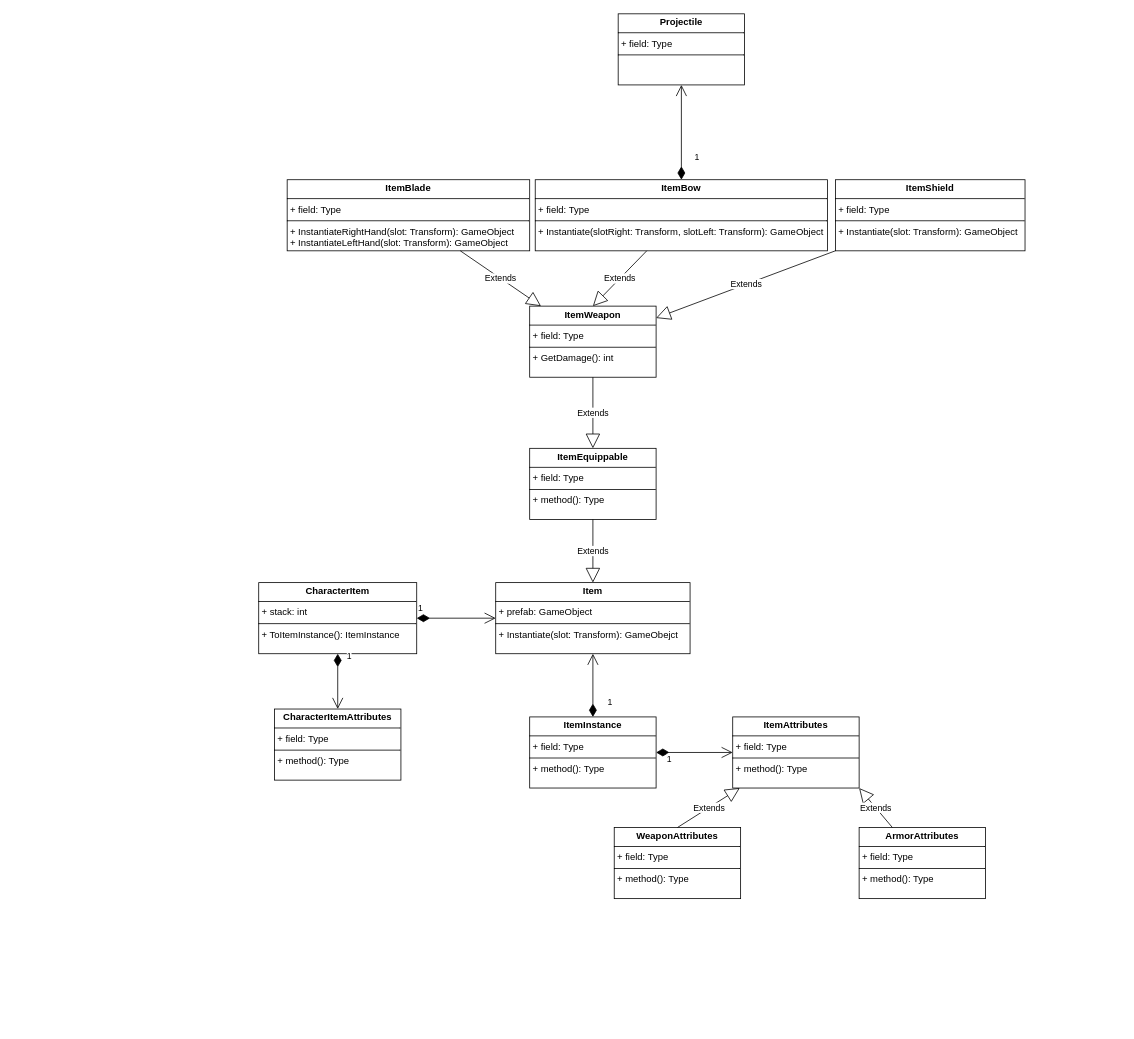
Earlier version of the draw.io diagram rpg.drawio (GameCater/DrawIO). Source tidied: cells renumbered, new cells numbered last; positions are measured from the earlier drawing's top-left corner, leaving out a move shared by most shapes. Both pictures are drawn from the tidied source at 79%, with x=0, y=0 at pixel (258, 13).
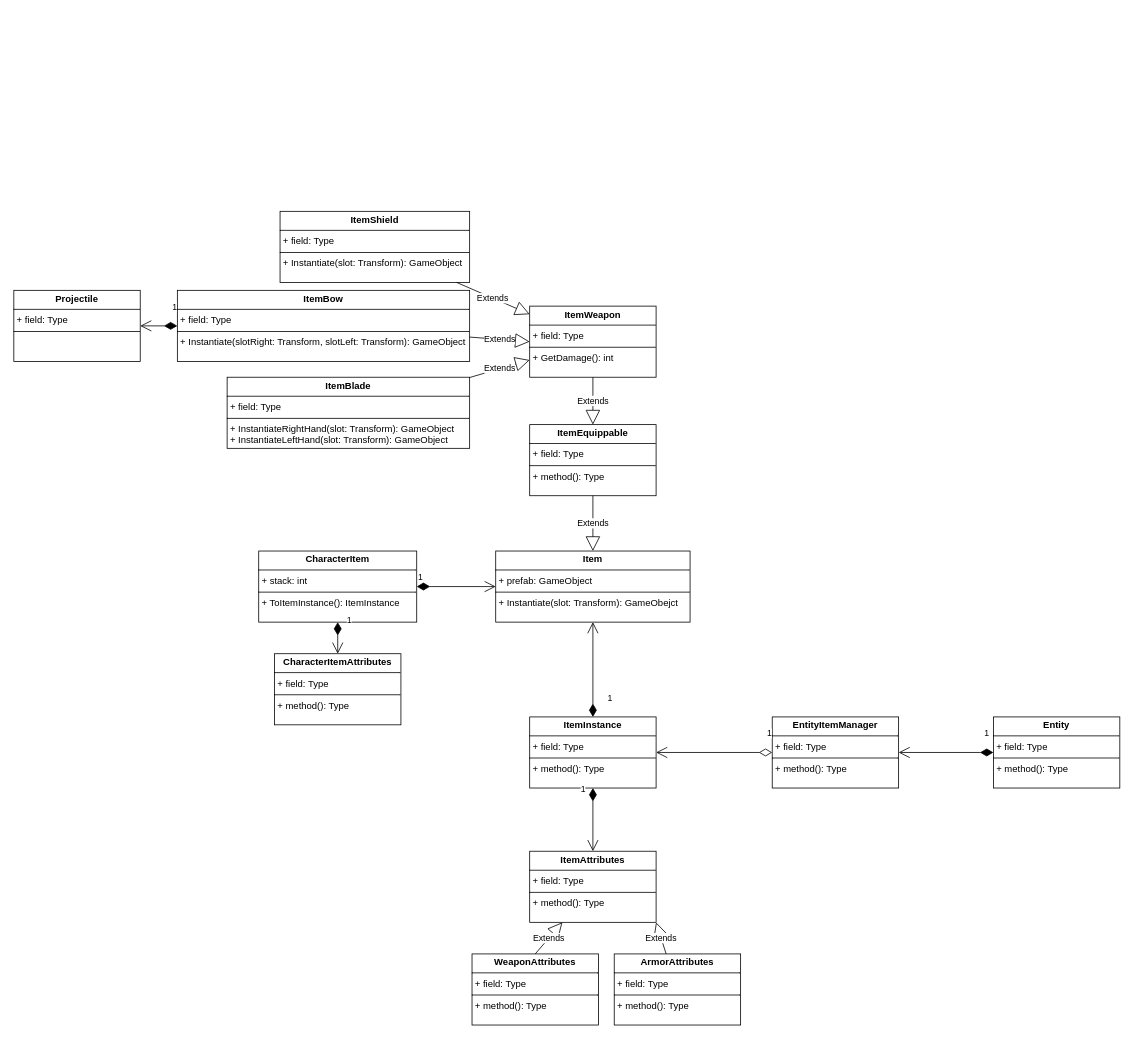
After the change.

The change refers to these unchanged cells:
```xml
<mxCell id="9" value="&lt;p style=&quot;margin:0px;margin-top:4px;text-align:center;&quot;&gt;&lt;b&gt;ItemInstance&lt;/b&gt;&lt;/p&gt;&lt;hr size=&quot;1&quot; style=&quot;border-style:solid;&quot;&gt;&lt;p style=&quot;margin:0px;margin-left:4px;&quot;&gt;+ field: Type&lt;/p&gt;&lt;hr size=&quot;1&quot; style=&quot;border-style:solid;&quot;&gt;&lt;p style=&quot;margin:0px;margin-left:4px;&quot;&gt;+ method(): Type&lt;/p&gt;" style="verticalAlign=top;align=left;overflow=fill;html=1;whiteSpace=wrap;" parent="1" vertex="1">
  <mxGeometry x="343" y="890" width="160" height="90" as="geometry" />
</mxCell>
<mxCell id="17" value="&lt;p style=&quot;margin:0px;margin-top:4px;text-align:center;&quot;&gt;&lt;b&gt;ItemWeapon&lt;/b&gt;&lt;/p&gt;&lt;hr size=&quot;1&quot; style=&quot;border-style:solid;&quot;&gt;&lt;p style=&quot;margin:0px;margin-left:4px;&quot;&gt;+ field: Type&lt;/p&gt;&lt;hr size=&quot;1&quot; style=&quot;border-style:solid;&quot;&gt;&lt;p style=&quot;margin:0px;margin-left:4px;&quot;&gt;+ GetDamage(): int&lt;/p&gt;" style="verticalAlign=top;align=left;overflow=fill;html=1;whiteSpace=wrap;" parent="1" vertex="1">
  <mxGeometry x="343" y="370" width="160" height="90" as="geometry" />
</mxCell>
```

Change to the diagram source:
```diff
@@
     <mxCell id="2" value="&lt;p style=&quot;margin:0px;margin-top:4px;text-align:center;&quot;&gt;&lt;b&gt;Item&lt;/b&gt;&lt;/p&gt;&lt;hr size=&quot;1&quot; style=&quot;border-style:solid;&quot;&gt;&lt;p style=&quot;margin:0px;margin-left:4px;&quot;&gt;+ prefab: GameObject&lt;/p&gt;&lt;hr size=&quot;1&quot; style=&quot;border-style:solid;&quot;&gt;&lt;p style=&quot;margin:0px;margin-left:4px;&quot;&gt;+ Instantiate(slot: Transform): GameObejct&lt;/p&gt;" style="verticalAlign=top;align=left;overflow=fill;html=1;whiteSpace=wrap;" parent="1" vertex="1">
-      <mxGeometry x="300" y="720" width="246" height="90" as="geometry" />
+      <mxGeometry x="300" y="680" width="246" height="90" as="geometry" />
     </mxCell>
     <mxCell id="3" value="&lt;p style=&quot;margin:0px;margin-top:4px;text-align:center;&quot;&gt;&lt;b&gt;CharacterItem&lt;/b&gt;&lt;/p&gt;&lt;hr size=&quot;1&quot; style=&quot;border-style:solid;&quot;&gt;&lt;p style=&quot;margin:0px;margin-left:4px;&quot;&gt;+ stack: int&lt;/p&gt;&lt;hr size=&quot;1&quot; style=&quot;border-style:solid;&quot;&gt;&lt;p style=&quot;margin:0px;margin-left:4px;&quot;&gt;+ ToItemInstance(): ItemInstance&lt;/p&gt;" style="verticalAlign=top;align=left;overflow=fill;html=1;whiteSpace=wrap;" parent="1" vertex="1">
-      <mxGeometry y="720" width="200" height="90" as="geometry" />
+      <mxGeometry y="680" width="200" height="90" as="geometry" />
     </mxCell>
@@
     <mxCell id="5" value="&lt;p style=&quot;margin:0px;margin-top:4px;text-align:center;&quot;&gt;&lt;b&gt;CharacterItemAttributes&lt;/b&gt;&lt;/p&gt;&lt;hr size=&quot;1&quot; style=&quot;border-style:solid;&quot;&gt;&lt;p style=&quot;margin:0px;margin-left:4px;&quot;&gt;+ field: Type&lt;/p&gt;&lt;hr size=&quot;1&quot; style=&quot;border-style:solid;&quot;&gt;&lt;p style=&quot;margin:0px;margin-left:4px;&quot;&gt;+ method(): Type&lt;/p&gt;" style="verticalAlign=top;align=left;overflow=fill;html=1;whiteSpace=wrap;" parent="1" vertex="1">
-      <mxGeometry x="20" y="880" width="160" height="90" as="geometry" />
+      <mxGeometry x="20" y="810" width="160" height="90" as="geometry" />
     </mxCell>
@@
     <mxCell id="7" value="&lt;p style=&quot;margin:0px;margin-top:4px;text-align:center;&quot;&gt;&lt;b&gt;ItemEquippable&lt;/b&gt;&lt;/p&gt;&lt;hr size=&quot;1&quot; style=&quot;border-style:solid;&quot;&gt;&lt;p style=&quot;margin:0px;margin-left:4px;&quot;&gt;+ field: Type&lt;/p&gt;&lt;hr size=&quot;1&quot; style=&quot;border-style:solid;&quot;&gt;&lt;p style=&quot;margin:0px;margin-left:4px;&quot;&gt;+ method(): Type&lt;/p&gt;" style="verticalAlign=top;align=left;overflow=fill;html=1;whiteSpace=wrap;" parent="1" vertex="1">
-      <mxGeometry x="343" y="550" width="160" height="90" as="geometry" />
+      <mxGeometry x="343" y="520" width="160" height="90" as="geometry" />
     </mxCell>
@@
     <mxCell id="11" value="&lt;p style=&quot;margin:0px;margin-top:4px;text-align:center;&quot;&gt;&lt;b&gt;ItemAttributes&lt;/b&gt;&lt;/p&gt;&lt;hr size=&quot;1&quot; style=&quot;border-style:solid;&quot;&gt;&lt;p style=&quot;margin:0px;margin-left:4px;&quot;&gt;+ field: Type&lt;/p&gt;&lt;hr size=&quot;1&quot; style=&quot;border-style:solid;&quot;&gt;&lt;p style=&quot;margin:0px;margin-left:4px;&quot;&gt;+ method(): Type&lt;/p&gt;" style="verticalAlign=top;align=left;overflow=fill;html=1;whiteSpace=wrap;" parent="1" vertex="1">
-      <mxGeometry x="600" y="890" width="160" height="90" as="geometry" />
+      <mxGeometry x="343" y="1060" width="160" height="90" as="geometry" />
     </mxCell>
-    <mxCell id="12" value="1" style="endArrow=open;html=1;endSize=12;startArrow=diamondThin;startSize=14;startFill=1;edgeStyle=orthogonalEdgeStyle;align=left;verticalAlign=bottom;rounded=0;exitX=1;exitY=0.5;exitDx=0;exitDy=0;" parent="1" edge="1" source="9" target="11">
+    <mxCell id="12" value="1" style="endArrow=open;html=1;endSize=12;startArrow=diamondThin;startSize=14;startFill=1;edgeStyle=orthogonalEdgeStyle;align=left;verticalAlign=bottom;rounded=0;exitX=0.5;exitY=1;exitDx=0;exitDy=0;" parent="1" edge="1" source="9" target="11">
       <mxGeometry x="-0.75" y="-17" relative="1" as="geometry" />
     </mxCell>
     <mxCell id="13" value="&lt;p style=&quot;margin:0px;margin-top:4px;text-align:center;&quot;&gt;&lt;b&gt;WeaponAttributes&lt;/b&gt;&lt;/p&gt;&lt;hr size=&quot;1&quot; style=&quot;border-style:solid;&quot;&gt;&lt;p style=&quot;margin:0px;margin-left:4px;&quot;&gt;+ field: Type&lt;/p&gt;&lt;hr size=&quot;1&quot; style=&quot;border-style:solid;&quot;&gt;&lt;p style=&quot;margin:0px;margin-left:4px;&quot;&gt;+ method(): Type&lt;/p&gt;" style="verticalAlign=top;align=left;overflow=fill;html=1;whiteSpace=wrap;" parent="1" vertex="1">
-      <mxGeometry x="450" y="1030" width="160" height="90" as="geometry" />
+      <mxGeometry x="270" y="1190" width="160" height="90" as="geometry" />
     </mxCell>
     <mxCell id="14" value="&lt;p style=&quot;margin:0px;margin-top:4px;text-align:center;&quot;&gt;&lt;b&gt;ArmorAttributes&lt;/b&gt;&lt;/p&gt;&lt;hr size=&quot;1&quot; style=&quot;border-style:solid;&quot;&gt;&lt;p style=&quot;margin:0px;margin-left:4px;&quot;&gt;+ field: Type&lt;/p&gt;&lt;hr size=&quot;1&quot; style=&quot;border-style:solid;&quot;&gt;&lt;p style=&quot;margin:0px;margin-left:4px;&quot;&gt;+ method(): Type&lt;/p&gt;" style="verticalAlign=top;align=left;overflow=fill;html=1;whiteSpace=wrap;" parent="1" vertex="1">
-      <mxGeometry x="760" y="1030" width="160" height="90" as="geometry" />
+      <mxGeometry x="450" y="1190" width="160" height="90" as="geometry" />
     </mxCell>
@@
     <mxCell id="19" value="&lt;p style=&quot;margin:0px;margin-top:4px;text-align:center;&quot;&gt;&lt;b&gt;ItemBlade&lt;/b&gt;&lt;/p&gt;&lt;hr size=&quot;1&quot; style=&quot;border-style:solid;&quot;&gt;&lt;p style=&quot;margin:0px;margin-left:4px;&quot;&gt;+ field: Type&lt;/p&gt;&lt;hr size=&quot;1&quot; style=&quot;border-style:solid;&quot;&gt;&lt;p style=&quot;margin:0px;margin-left:4px;&quot;&gt;+ InstantiateRightHand(slot: Transform): GameObject&lt;/p&gt;&lt;p style=&quot;margin:0px;margin-left:4px;&quot;&gt;+ InstantiateLeftHand(slot: Transform): GameObject&lt;br&gt;&lt;/p&gt;" style="verticalAlign=top;align=left;overflow=fill;html=1;whiteSpace=wrap;" parent="1" vertex="1">
-      <mxGeometry x="36" y="210" width="307" height="90" as="geometry" />
+      <mxGeometry x="-40" y="460" width="307" height="90" as="geometry" />
     </mxCell>
@@
     <mxCell id="21" value="&lt;p style=&quot;margin:0px;margin-top:4px;text-align:center;&quot;&gt;&lt;b&gt;ItemBow&lt;/b&gt;&lt;/p&gt;&lt;hr size=&quot;1&quot; style=&quot;border-style:solid;&quot;&gt;&lt;p style=&quot;margin:0px;margin-left:4px;&quot;&gt;+ field: Type&lt;/p&gt;&lt;hr size=&quot;1&quot; style=&quot;border-style:solid;&quot;&gt;&lt;p style=&quot;margin:0px;margin-left:4px;&quot;&gt;+ Instantiate(slotRight: Transform, slotLeft: Transform): GameObject&lt;/p&gt;" style="verticalAlign=top;align=left;overflow=fill;html=1;whiteSpace=wrap;" parent="1" vertex="1">
-      <mxGeometry x="350" y="210" width="370" height="90" as="geometry" />
+      <mxGeometry x="-103" y="350" width="370" height="90" as="geometry" />
     </mxCell>
-    <mxCell id="22" value="Extends" style="endArrow=block;endSize=16;endFill=0;html=1;rounded=0;entryX=0.5;entryY=0;entryDx=0;entryDy=0;" parent="1" edge="1" source="21" target="17">
+    <mxCell id="22" value="Extends" style="endArrow=block;endSize=16;endFill=0;html=1;rounded=0;entryX=0;entryY=0.5;entryDx=0;entryDy=0;" parent="1" edge="1" source="21" target="17">
       <mxGeometry relative="1" as="geometry" />
     </mxCell>
     <mxCell id="23" value="&lt;p style=&quot;margin:0px;margin-top:4px;text-align:center;&quot;&gt;&lt;b&gt;Projectile&lt;/b&gt;&lt;/p&gt;&lt;hr size=&quot;1&quot; style=&quot;border-style:solid;&quot;&gt;&lt;p style=&quot;margin:0px;margin-left:4px;&quot;&gt;+ field: Type&lt;/p&gt;&lt;hr size=&quot;1&quot; style=&quot;border-style:solid;&quot;&gt;&lt;p style=&quot;margin:0px;margin-left:4px;&quot;&gt;&lt;br&gt;&lt;/p&gt;" style="verticalAlign=top;align=left;overflow=fill;html=1;whiteSpace=wrap;" parent="1" vertex="1">
-      <mxGeometry x="455" width="160" height="90" as="geometry" />
+      <mxGeometry x="-310" y="350" width="160" height="90" as="geometry" />
     </mxCell>
@@
     <mxCell id="25" value="&lt;p style=&quot;margin:0px;margin-top:4px;text-align:center;&quot;&gt;&lt;b&gt;ItemShield&lt;/b&gt;&lt;/p&gt;&lt;hr size=&quot;1&quot; style=&quot;border-style:solid;&quot;&gt;&lt;p style=&quot;margin:0px;margin-left:4px;&quot;&gt;+ field: Type&lt;/p&gt;&lt;hr size=&quot;1&quot; style=&quot;border-style:solid;&quot;&gt;&lt;p style=&quot;margin:0px;margin-left:4px;&quot;&gt;+ Instantiate(slot: Transform): GameObject&lt;/p&gt;" style="verticalAlign=top;align=left;overflow=fill;html=1;whiteSpace=wrap;" parent="1" vertex="1">
-      <mxGeometry x="730" y="210" width="240" height="90" as="geometry" />
+      <mxGeometry x="27" y="250" width="240" height="90" as="geometry" />
     </mxCell>
@@
+    <mxCell id="27" value="&lt;p style=&quot;margin:0px;margin-top:4px;text-align:center;&quot;&gt;&lt;b&gt;EntityItemManager&lt;/b&gt;&lt;/p&gt;&lt;hr size=&quot;1&quot; style=&quot;border-style:solid;&quot;&gt;&lt;p style=&quot;margin:0px;margin-left:4px;&quot;&gt;+ field: Type&lt;/p&gt;&lt;hr size=&quot;1&quot; style=&quot;border-style:solid;&quot;&gt;&lt;p style=&quot;margin:0px;margin-left:4px;&quot;&gt;+ method(): Type&lt;/p&gt;" style="verticalAlign=top;align=left;overflow=fill;html=1;whiteSpace=wrap;" parent="1" vertex="1">
+      <mxGeometry x="650" y="890" width="160" height="90" as="geometry" />
+    </mxCell>
+    <mxCell id="28" value="1" style="endArrow=open;html=1;endSize=12;startArrow=diamondThin;startSize=14;startFill=0;edgeStyle=orthogonalEdgeStyle;align=left;verticalAlign=bottom;rounded=0;" parent="1" edge="1" source="27" target="9">
+      <mxGeometry x="-0.89" y="-15" relative="1" as="geometry" />
+    </mxCell>
+    <mxCell id="29" value="&lt;p style=&quot;margin:0px;margin-top:4px;text-align:center;&quot;&gt;&lt;b&gt;Entity&lt;/b&gt;&lt;/p&gt;&lt;hr size=&quot;1&quot; style=&quot;border-style:solid;&quot;&gt;&lt;p style=&quot;margin:0px;margin-left:4px;&quot;&gt;+ field: Type&lt;/p&gt;&lt;hr size=&quot;1&quot; style=&quot;border-style:solid;&quot;&gt;&lt;p style=&quot;margin:0px;margin-left:4px;&quot;&gt;+ method(): Type&lt;/p&gt;" style="verticalAlign=top;align=left;overflow=fill;html=1;whiteSpace=wrap;" parent="1" vertex="1">
+      <mxGeometry x="930" y="890" width="160" height="90" as="geometry" />
+    </mxCell>
+    <mxCell id="30" value="1" style="endArrow=open;html=1;endSize=12;startArrow=diamondThin;startSize=14;startFill=1;edgeStyle=orthogonalEdgeStyle;align=left;verticalAlign=bottom;rounded=0;" parent="1" edge="1" source="29" target="27">
+      <mxGeometry x="-0.79" y="-15" relative="1" as="geometry" />
+    </mxCell>
```
